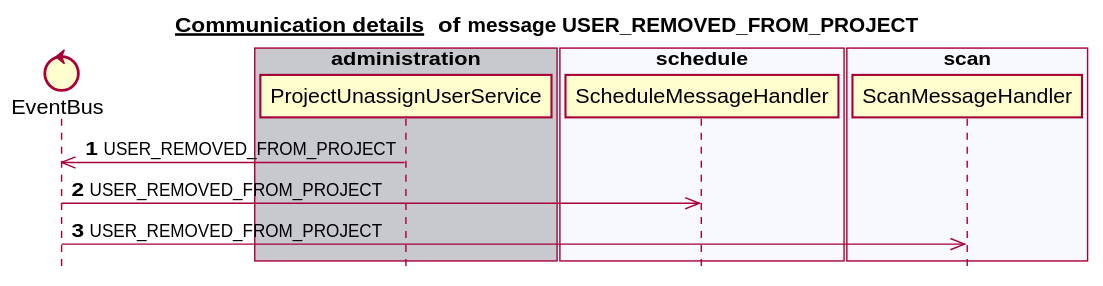
The PlantUML diagram docs/latest/images/gen_domain_messaging_user_removed_from_project.svg in mercedes-benz/sechub, before a commit.
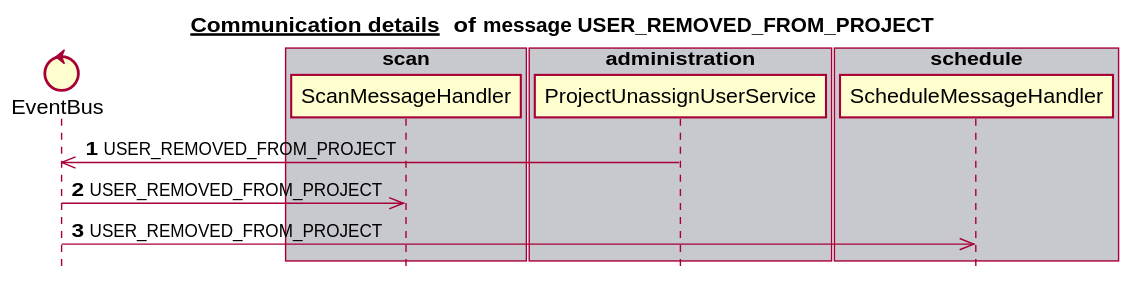
The same file after the commit.

What changed in the source:
```diff
@@ -6,23 +6,23 @@
 
 
 control EventBus
+box "scan" #C8C8CF
+   participant ScanMessageHandler
+end box
+box "authorization" #F8F8FF
+end box
 box "administration" #C8C8CF
    participant ProjectUnassignUserService
 end box
-box "schedule" #F8F8FF
+box "notification" #F8F8FF
+end box
+box "schedule" #C8C8CF
    participant ScheduleMessageHandler
-end box
-box "authorization" #C8C8CF
-end box
-box "scan" #F8F8FF
-   participant ScanMessageHandler
-end box
-box "notification" #C8C8CF
 end box
 autonumber 1
 ProjectUnassignUserService ->> EventBus:USER_REMOVED_FROM_PROJECT
+EventBus ->> ScanMessageHandler:USER_REMOVED_FROM_PROJECT
 EventBus ->> ScheduleMessageHandler:USER_REMOVED_FROM_PROJECT
-EventBus ->> ScanMessageHandler:USER_REMOVED_FROM_PROJECT
 autonumber stop
 
 
```
